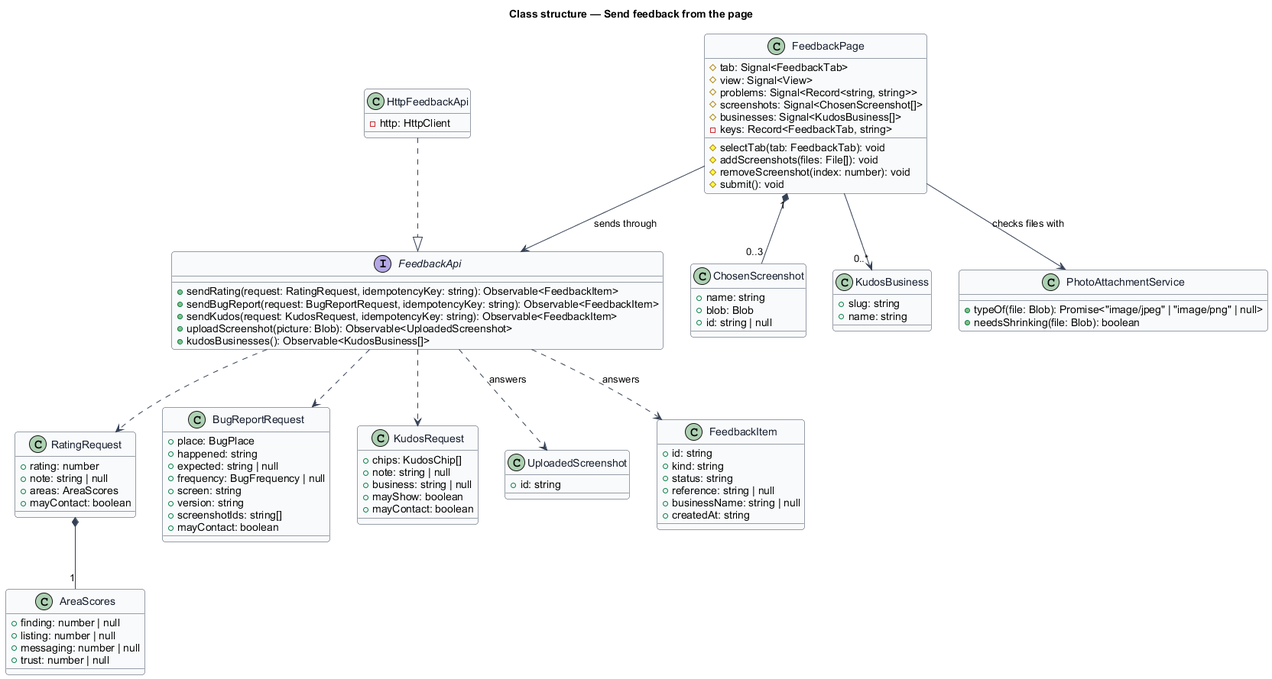
QuinntyneBrown/jubilee keeps this PlantUML diagram as docs/detailed-designs/feedback/send-feedback-from-page/diagrams/class-structure.png. Above is the earlier version. Source of this version:
```plantuml
@startuml
skinparam backgroundColor #FFFFFF
skinparam shadowing false
skinparam roundcorner 8
skinparam defaultFontName Arial
skinparam ArrowColor #344054
skinparam class {
  BorderColor #344054
  FontColor #101828
  BackgroundColor #F9FAFB
}
title Class structure — Send feedback from the page

interface FeedbackApi {
  +sendRating(request: RatingRequest, idempotencyKey: string): Observable<FeedbackItem>
  +sendBugReport(request: BugReportRequest, idempotencyKey: string): Observable<FeedbackItem>
  +sendKudos(request: KudosRequest, idempotencyKey: string): Observable<FeedbackItem>
  +uploadScreenshot(picture: Blob): Observable<UploadedScreenshot>
  +kudosBusinesses(): Observable<KudosBusiness[]>
}

class HttpFeedbackApi {
  -http: HttpClient
}

class FeedbackPage {
  #tab: Signal<FeedbackTab>
  #view: Signal<View>
  #problems: Signal<Record<string, string>>
  #screenshots: Signal<ChosenScreenshot[]>
  #businesses: Signal<KudosBusiness[]>
  -keys: Record<FeedbackTab, string>
  #selectTab(tab: FeedbackTab): void
  #addScreenshots(files: File[]): void
  #removeScreenshot(index: number): void
  #submit(): void
}

class RatingRequest {
  +rating: number
  +note: string | null
  +areas: AreaScores
  +mayContact: boolean
}

class AreaScores {
  +finding: number | null
  +listing: number | null
  +messaging: number | null
  +trust: number | null
}

class BugReportRequest {
  +place: BugPlace
  +happened: string
  +expected: string | null
  +frequency: BugFrequency | null
  +screen: string
  +version: string
  +screenshotIds: string[]
  +mayContact: boolean
}

class KudosRequest {
  +chips: KudosChip[]
  +note: string | null
  +business: string | null
  +mayShow: boolean
  +mayContact: boolean
}

class ChosenScreenshot {
  +name: string
  +blob: Blob
  +id: string | null
}

class UploadedScreenshot {
  +id: string
}

class KudosBusiness {
  +slug: string
  +name: string
}

class FeedbackItem {
  +id: string
  +kind: string
  +status: string
  +reference: string | null
  +businessName: string | null
  +createdAt: string
}

class PhotoAttachmentService {
  +typeOf(file: Blob): Promise<"image/jpeg" | "image/png" | null>
  +needsShrinking(file: Blob): boolean
}

HttpFeedbackApi ..|> FeedbackApi
FeedbackPage --> FeedbackApi : sends through
FeedbackPage --> PhotoAttachmentService : checks files with
FeedbackPage "1" *-- "0..3" ChosenScreenshot
FeedbackPage --> "0..*" KudosBusiness
RatingRequest *-- "1" AreaScores
FeedbackApi ..> RatingRequest
FeedbackApi ..> BugReportRequest
FeedbackApi ..> KudosRequest
FeedbackApi ..> UploadedScreenshot : answers
FeedbackApi ..> FeedbackItem : answers
@enduml
```
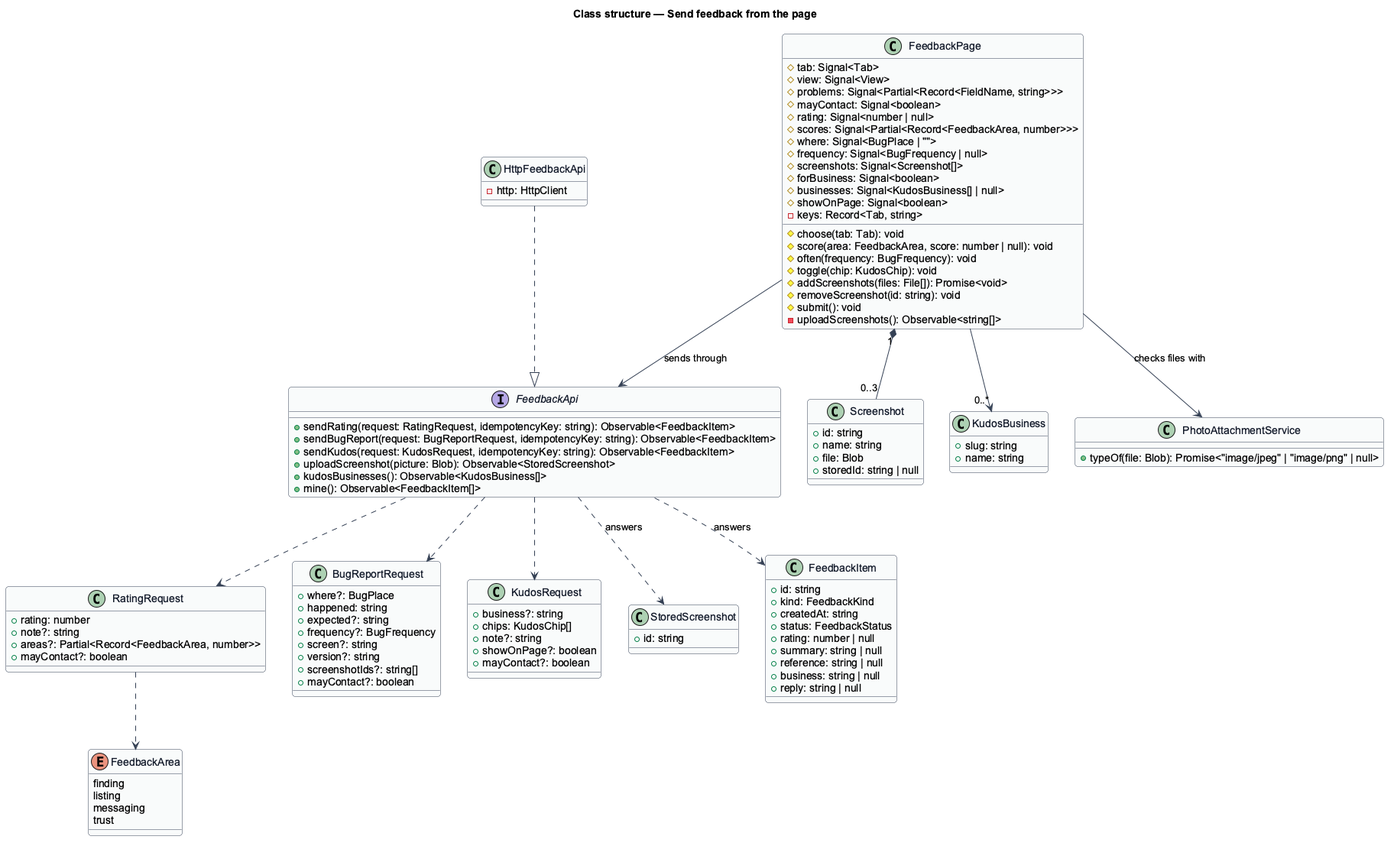
After the change.

The edit, as a diff of the source:
```diff
@@ -15,8 +15,9 @@
   +sendRating(request: RatingRequest, idempotencyKey: string): Observable<FeedbackItem>
   +sendBugReport(request: BugReportRequest, idempotencyKey: string): Observable<FeedbackItem>
   +sendKudos(request: KudosRequest, idempotencyKey: string): Observable<FeedbackItem>
-  +uploadScreenshot(picture: Blob): Observable<UploadedScreenshot>
+  +uploadScreenshot(picture: Blob): Observable<StoredScreenshot>
   +kudosBusinesses(): Observable<KudosBusiness[]>
+  +mine(): Observable<FeedbackItem[]>
 }
 
 class HttpFeedbackApi {
@@ -24,58 +25,70 @@
 }
 
 class FeedbackPage {
-  #tab: Signal<FeedbackTab>
+  #tab: Signal<Tab>
   #view: Signal<View>
-  #problems: Signal<Record<string, string>>
-  #screenshots: Signal<ChosenScreenshot[]>
-  #businesses: Signal<KudosBusiness[]>
-  -keys: Record<FeedbackTab, string>
-  #selectTab(tab: FeedbackTab): void
-  #addScreenshots(files: File[]): void
-  #removeScreenshot(index: number): void
+  #problems: Signal<Partial<Record<FieldName, string>>>
+  #mayContact: Signal<boolean>
+  #rating: Signal<number | null>
+  #scores: Signal<Partial<Record<FeedbackArea, number>>>
+  #where: Signal<BugPlace | "">
+  #frequency: Signal<BugFrequency | null>
+  #screenshots: Signal<Screenshot[]>
+  #forBusiness: Signal<boolean>
+  #businesses: Signal<KudosBusiness[] | null>
+  #showOnPage: Signal<boolean>
+  -keys: Record<Tab, string>
+  #choose(tab: Tab): void
+  #score(area: FeedbackArea, score: number | null): void
+  #often(frequency: BugFrequency): void
+  #toggle(chip: KudosChip): void
+  #addScreenshots(files: File[]): Promise<void>
+  #removeScreenshot(id: string): void
   #submit(): void
+  -uploadScreenshots(): Observable<string[]>
 }
 
 class RatingRequest {
   +rating: number
-  +note: string | null
-  +areas: AreaScores
-  +mayContact: boolean
+  +note?: string
+  +areas?: Partial<Record<FeedbackArea, number>>
+  +mayContact?: boolean
 }
 
-class AreaScores {
-  +finding: number | null
-  +listing: number | null
-  +messaging: number | null
-  +trust: number | null
+enum FeedbackArea {
+  finding
+  listing
+  messaging
+  trust
 }
 
 class BugReportRequest {
-  +place: BugPlace
+  +where?: BugPlace
   +happened: string
-  +expected: string | null
-  +frequency: BugFrequency | null
-  +screen: string
-  +version: string
-  +screenshotIds: string[]
-  +mayContact: boolean
+  +expected?: string
+  +frequency?: BugFrequency
+  +screen?: string
+  +version?: string
+  +screenshotIds?: string[]
+  +mayContact?: boolean
 }
 
 class KudosRequest {
+  +business?: string
   +chips: KudosChip[]
-  +note: string | null
-  +business: string | null
-  +mayShow: boolean
-  +mayContact: boolean
+  +note?: string
+  +showOnPage?: boolean
+  +mayContact?: boolean
 }
 
-class ChosenScreenshot {
+class Screenshot {
+  +id: string
   +name: string
-  +blob: Blob
-  +id: string | null
+  +file: Blob
+  +storedId: string | null
 }
 
-class UploadedScreenshot {
+class StoredScreenshot {
   +id: string
 }
 
@@ -86,27 +99,29 @@
 
 class FeedbackItem {
   +id: string
-  +kind: string
-  +status: string
+  +kind: FeedbackKind
+  +createdAt: string
+  +status: FeedbackStatus
+  +rating: number | null
+  +summary: string | null
   +reference: string | null
-  +businessName: string | null
-  +createdAt: string
+  +business: string | null
+  +reply: string | null
 }
 
 class PhotoAttachmentService {
   +typeOf(file: Blob): Promise<"image/jpeg" | "image/png" | null>
-  +needsShrinking(file: Blob): boolean
 }
 
 HttpFeedbackApi ..|> FeedbackApi
 FeedbackPage --> FeedbackApi : sends through
 FeedbackPage --> PhotoAttachmentService : checks files with
-FeedbackPage "1" *-- "0..3" ChosenScreenshot
+FeedbackPage "1" *-- "0..3" Screenshot
 FeedbackPage --> "0..*" KudosBusiness
-RatingRequest *-- "1" AreaScores
+RatingRequest ..> FeedbackArea
 FeedbackApi ..> RatingRequest
 FeedbackApi ..> BugReportRequest
 FeedbackApi ..> KudosRequest
-FeedbackApi ..> UploadedScreenshot : answers
+FeedbackApi ..> StoredScreenshot : answers
 FeedbackApi ..> FeedbackItem : answers
 @enduml
```
